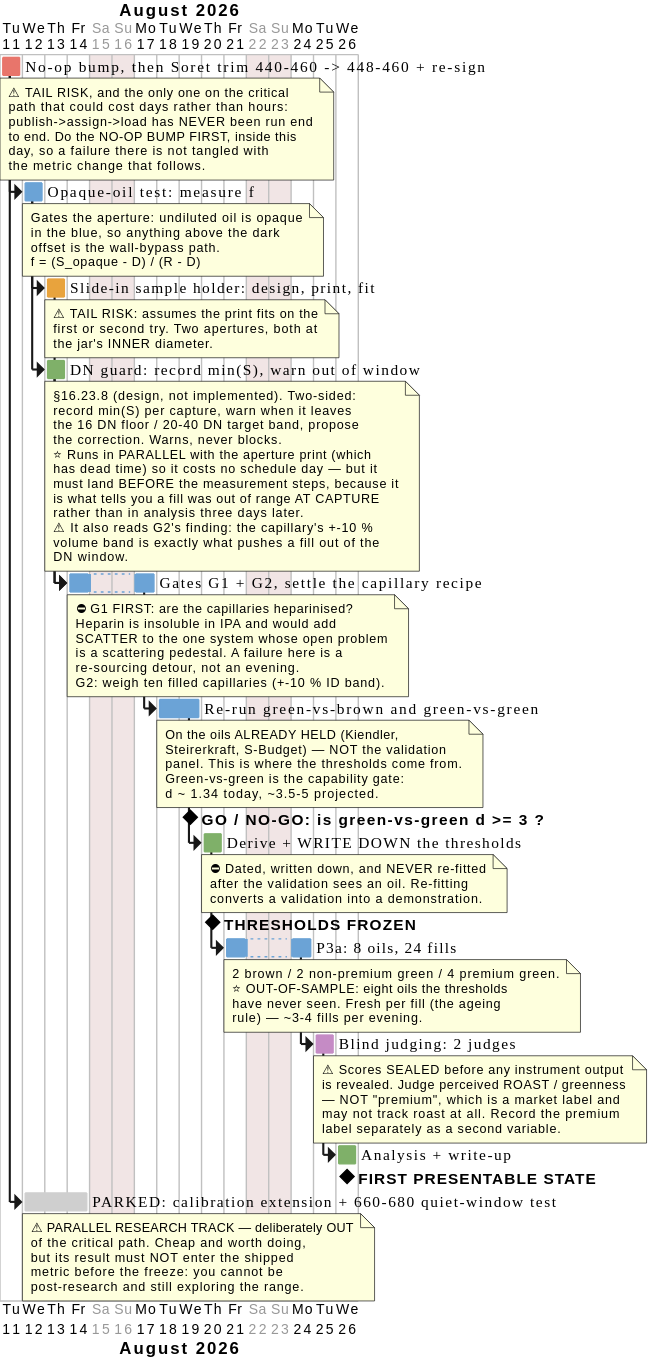
Earlier version of the PlantUML export first_presentable_state.svg (nidwe72/spectracs-docs).
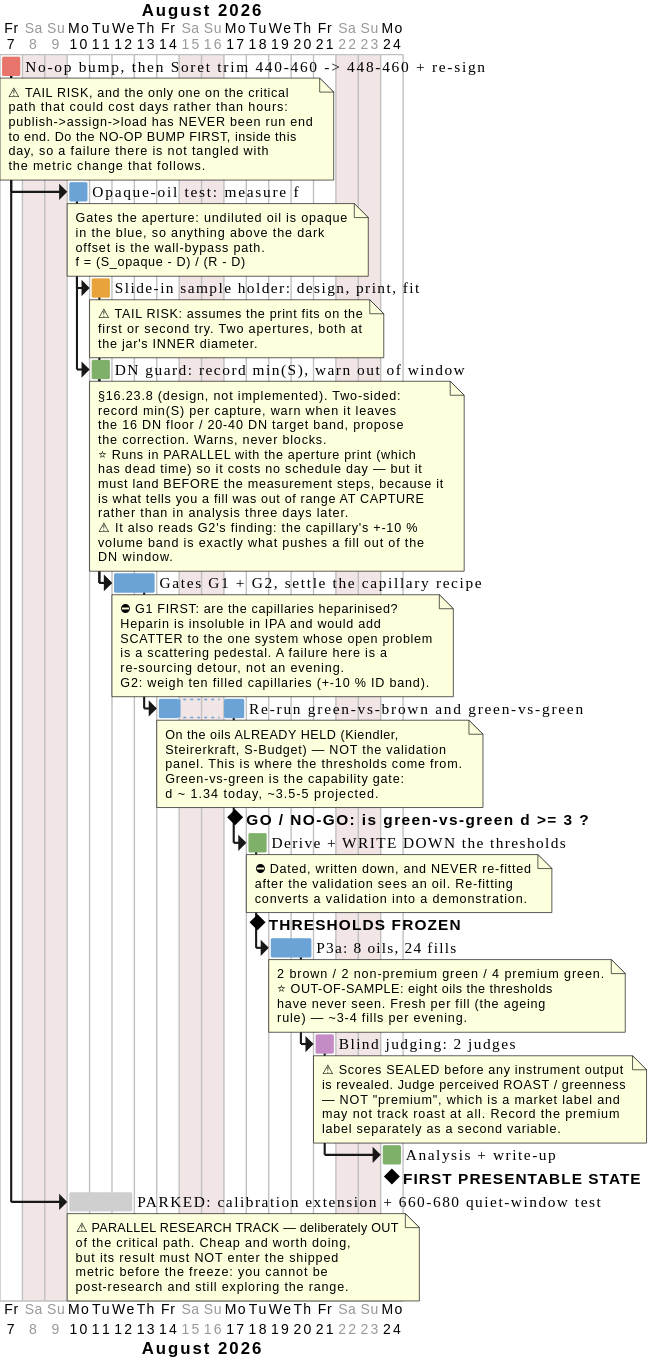
Above is the later version.

Commit message:
Gantt: start 7 August, the day after this was written

Change to the diagram source:
```diff
@@ -4,7 +4,7 @@
 saturday are closed
 sunday are closed
 
-Project starts the 11th of August 2026
+Project starts the 7th of August 2026
 
 <style>
 ganttDiagram {
```
